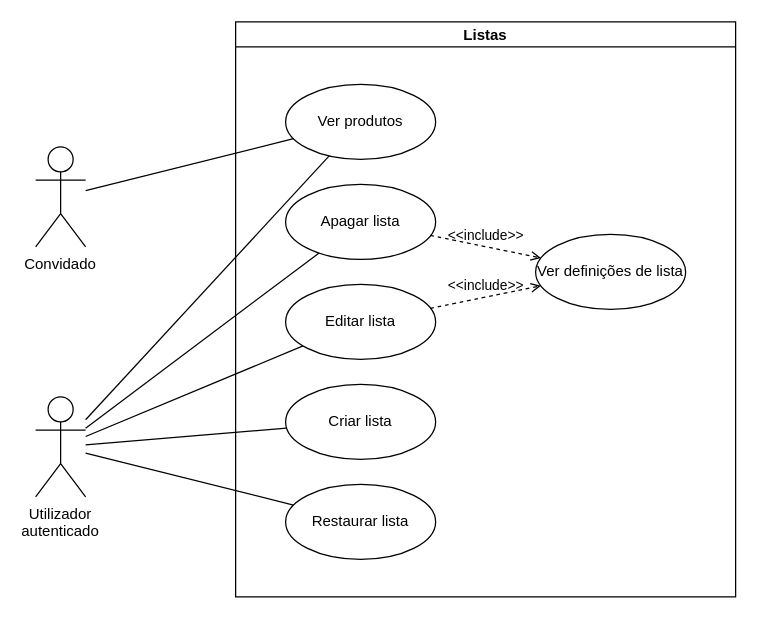
This is page "Listas" (3 of 4) of Requisitos.drawio from Krfld/ISEL-ES, a draw.io file, before an edit. Source tidied: cells renumbered, new cells numbered last; positions are measured from the earlier drawing's top-left corner, leaving out a move shared by most shapes. Both pictures are drawn from the tidied source at 125%, with x=0, y=0 at pixel (35, 21).
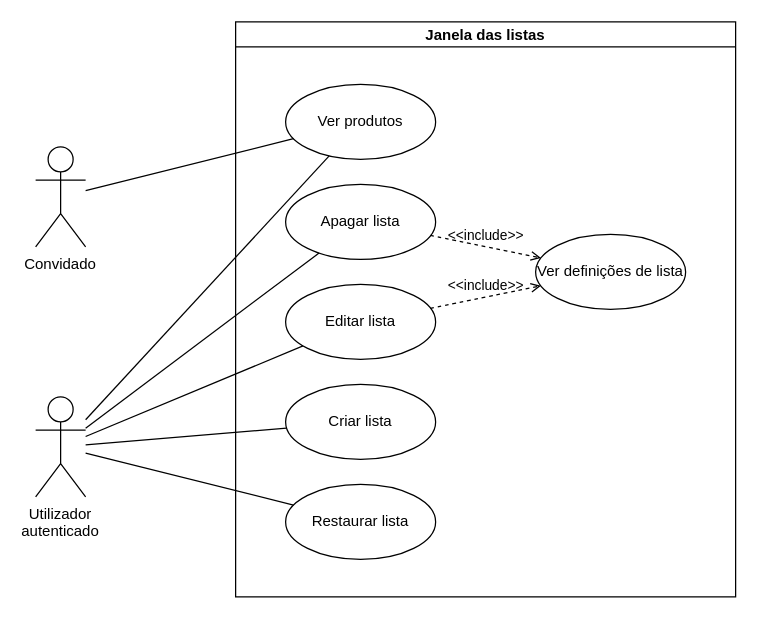
After the change.

What changed in the source:
```diff
@@
 <mxGraphModel>
   <root>
     <mxCell id="0" />
     <mxCell id="1" parent="0" />
-    <mxCell id="2" value="Listas" style="swimlane;startSize=20;" parent="1" vertex="1">
+    <mxCell id="2" value="Janela das listas" style="swimlane;startSize=20;" parent="1" vertex="1">
       <mxGeometry x="160" width="400" height="460" as="geometry" />
     </mxCell>
     <mxCell id="3" value="Editar lista" style="ellipse;whiteSpace=wrap;" parent="2" vertex="1">
       <mxGeometry x="40" y="210" width="120" height="60" as="geometry" />
     </mxCell>
     <mxCell id="4" value="Apagar lista" style="ellipse;whiteSpace=wrap;" parent="2" vertex="1">
       <mxGeometry x="40" y="130" width="120" height="60" as="geometry" />
     </mxCell>
     <mxCell id="5" value="Criar lista" style="ellipse;whiteSpace=wrap;" parent="2" vertex="1">
       <mxGeometry x="40" y="290" width="120" height="60" as="geometry" />
     </mxCell>
     <mxCell id="6" value="Restaurar lista" style="ellipse;whiteSpace=wrap;" parent="2" vertex="1">
       <mxGeometry x="40" y="370" width="120" height="60" as="geometry" />
     </mxCell>
     <mxCell id="7" value="Ver definições de lista" style="ellipse;whiteSpace=wrap;" parent="2" vertex="1">
       <mxGeometry x="240" y="170" width="120" height="60" as="geometry" />
     </mxCell>
     <mxCell id="8" value="&amp;lt;&amp;lt;include&amp;gt;&amp;gt;" style="html=1;verticalAlign=bottom;labelBackgroundColor=none;endArrow=open;endFill=0;dashed=1;curved=1;" parent="2" edge="1" source="4" target="7">
       <mxGeometry relative="1" as="geometry" />
     </mxCell>
     <mxCell id="9" value="&amp;lt;&amp;lt;include&amp;gt;&amp;gt;" style="html=1;verticalAlign=bottom;labelBackgroundColor=none;endArrow=open;endFill=0;dashed=1;curved=1;" parent="2" edge="1" source="3" target="7">
       <mxGeometry relative="1" as="geometry" />
     </mxCell>
     <mxCell id="10" value="Ver produtos" style="ellipse;whiteSpace=wrap;" parent="2" vertex="1">
       <mxGeometry x="40" y="50" width="120" height="60" as="geometry" />
     </mxCell>
     <mxCell id="11" style="edgeStyle=none;curved=1;jettySize=auto;html=1;endArrow=none;endFill=0;" parent="1" edge="1" source="16" target="5">
       <mxGeometry relative="1" as="geometry" />
     </mxCell>
     <mxCell id="12" style="edgeStyle=none;curved=1;jettySize=auto;html=1;endArrow=none;endFill=0;" parent="1" edge="1" source="16" target="4">
       <mxGeometry relative="1" as="geometry" />
     </mxCell>
     <mxCell id="13" style="edgeStyle=none;curved=1;jettySize=auto;html=1;endArrow=none;endFill=0;" parent="1" edge="1" source="16" target="3">
       <mxGeometry relative="1" as="geometry" />
     </mxCell>
     <mxCell id="14" style="edgeStyle=none;curved=1;jettySize=auto;html=1;endArrow=none;endFill=0;" parent="1" edge="1" source="16" target="6">
       <mxGeometry relative="1" as="geometry" />
     </mxCell>
     <mxCell id="15" style="edgeStyle=none;curved=1;jettySize=auto;html=1;endArrow=none;endFill=0;" parent="1" edge="1" source="16" target="10">
       <mxGeometry relative="1" as="geometry" />
     </mxCell>
     <mxCell id="16" value="&lt;span&gt;Utilizador autenticado&lt;/span&gt;" style="shape=umlActor;verticalLabelPosition=bottom;verticalAlign=top;html=1;whiteSpace=wrap;" parent="1" vertex="1">
       <mxGeometry y="300" width="40" height="80" as="geometry" />
     </mxCell>
     <mxCell id="17" style="edgeStyle=none;curved=1;jettySize=auto;html=1;endArrow=none;endFill=0;" parent="1" edge="1" source="18" target="10">
       <mxGeometry relative="1" as="geometry" />
     </mxCell>
     <mxCell id="18" value="Convidado" style="shape=umlActor;verticalLabelPosition=bottom;verticalAlign=top;html=1;whiteSpace=wrap;" parent="1" vertex="1">
       <mxGeometry y="100" width="40" height="80" as="geometry" />
     </mxCell>
   </root>
 </mxGraphModel>
```
